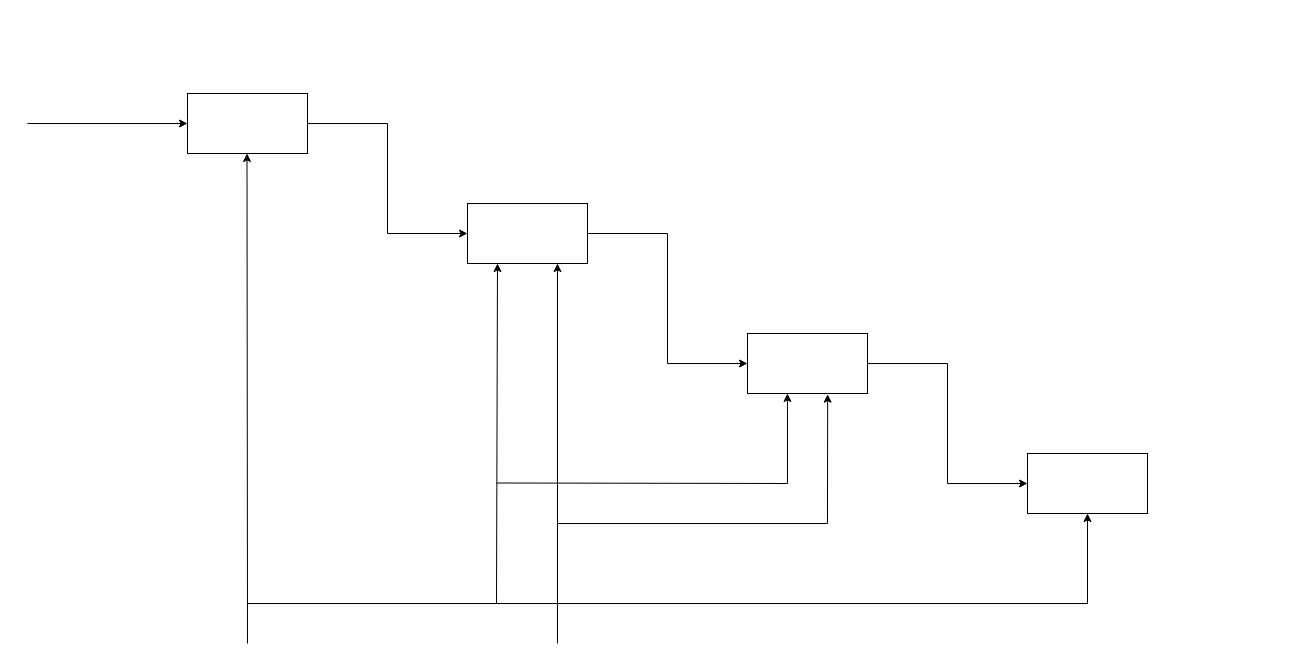
Before: Diagram3.drawio in dibovdmitry/Project, a draw.io diagram. Source tidied: cells renumbered, new cells numbered last; positions are measured from the earlier drawing's top-left corner, leaving out a move shared by most shapes. Both pictures are drawn from the tidied source at 100%, with x=0, y=0 at pixel (27, 93).
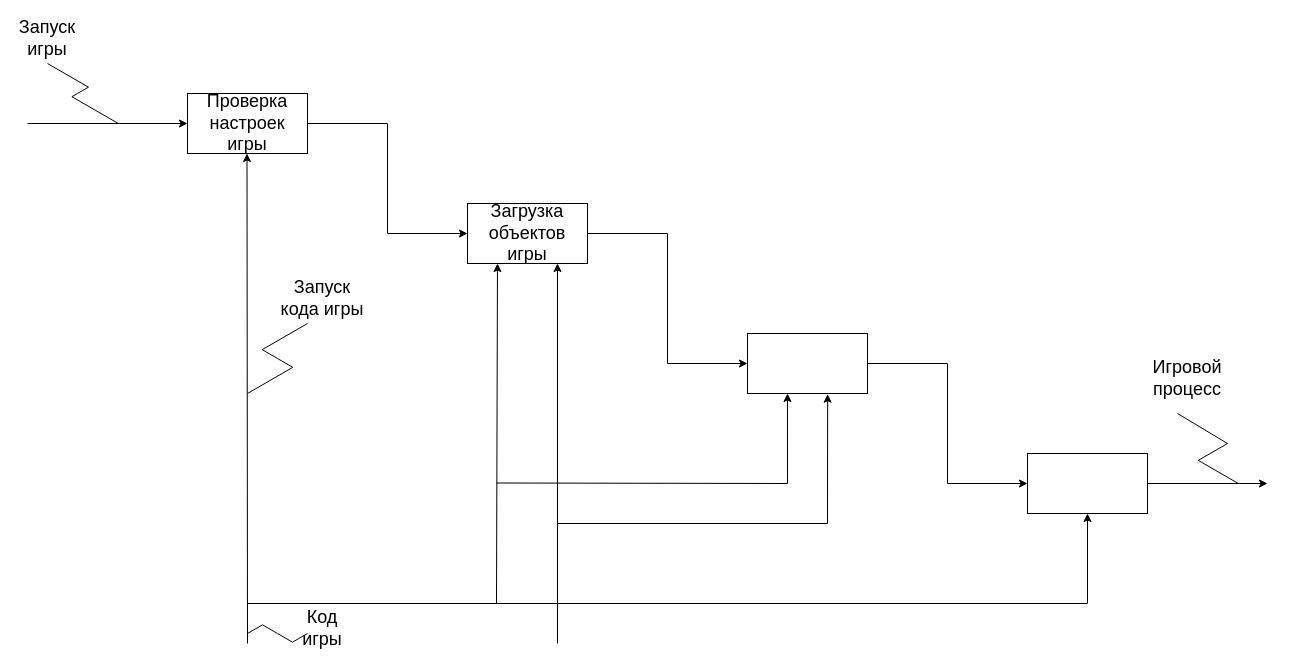
After the change.

The edit, as a diff of the source:
```diff
@@
-    <mxCell id="3" style="rounded=0;whiteSpace=wrap;html=1;" parent="1" vertex="1">
+    <mxCell id="3" value="Проверка настроек игры" style="rounded=0;whiteSpace=wrap;html=1;fontSize=18;" parent="1" vertex="1">
       <mxGeometry x="160" width="120" height="60" as="geometry" />
     </mxCell>
@@
-    <mxCell id="7" style="rounded=0;whiteSpace=wrap;html=1;" parent="1" vertex="1">
+    <mxCell id="7" value="Загрузка объектов игры" style="rounded=0;whiteSpace=wrap;html=1;fontSize=18;" parent="1" vertex="1">
       <mxGeometry x="440" y="110" width="120" height="60" as="geometry" />
     </mxCell>
@@
+    <mxCell id="25" style="edgeStyle=isometricEdgeStyle;endArrow=none;html=1;elbow=vertical;rounded=0;" parent="1" edge="1">
+      <mxGeometry relative="1" as="geometry">
+        <mxPoint x="90.8" y="30" as="sourcePoint" />
+        <mxPoint x="20" y="-30" as="targetPoint" />
+        <Array as="points">
+          <mxPoint x="50" />
+        </Array>
+      </mxGeometry>
+    </mxCell>
+    <mxCell id="26" value="Запуск игры" style="text;html=1;strokeColor=none;fillColor=none;align=center;verticalAlign=middle;whiteSpace=wrap;rounded=0;fontSize=18;" parent="1" vertex="1">
+      <mxGeometry x="-10" y="-70" width="60" height="30" as="geometry" />
+    </mxCell>
+    <mxCell id="27" style="endArrow=classic;html=1;rounded=0;fontSize=18;" parent="1" edge="1">
+      <mxGeometry relative="1" as="geometry">
+        <mxPoint x="1120" y="390" as="sourcePoint" />
+        <mxPoint x="1240" y="390" as="targetPoint" />
+      </mxGeometry>
+    </mxCell>
+    <mxCell id="28" style="edgeStyle=isometricEdgeStyle;endArrow=none;html=1;elbow=vertical;rounded=0;fontSize=18;" parent="1" edge="1">
+      <mxGeometry relative="1" as="geometry">
+        <mxPoint x="1210.8" y="390" as="sourcePoint" />
+        <mxPoint x="1150" y="320" as="targetPoint" />
+        <Array as="points">
+          <mxPoint x="1200" y="350" />
+        </Array>
+      </mxGeometry>
+    </mxCell>
+    <mxCell id="29" value="Игровой процесс" style="text;html=1;strokeColor=none;fillColor=none;align=center;verticalAlign=middle;whiteSpace=wrap;rounded=0;fontSize=18;" parent="1" vertex="1">
+      <mxGeometry x="1130" y="270" width="60" height="30" as="geometry" />
+    </mxCell>
+    <mxCell id="30" style="edgeStyle=isometricEdgeStyle;endArrow=none;html=1;rounded=0;fontSize=18;" parent="1" edge="1">
+      <mxGeometry relative="1" as="geometry">
+        <mxPoint x="220" y="300" as="sourcePoint" />
+        <mxPoint x="280" y="230" as="targetPoint" />
+      </mxGeometry>
+    </mxCell>
+    <mxCell id="31" value="Запуск кода игры" style="text;html=1;strokeColor=none;fillColor=none;align=center;verticalAlign=middle;whiteSpace=wrap;rounded=0;fontSize=18;" parent="1" vertex="1">
+      <mxGeometry x="250" y="190" width="90" height="30" as="geometry" />
+    </mxCell>
+    <mxCell id="32" style="edgeStyle=isometricEdgeStyle;endArrow=none;html=1;rounded=0;fontSize=18;" parent="1" edge="1">
+      <mxGeometry relative="1" as="geometry">
+        <mxPoint x="220" y="540" as="sourcePoint" />
+        <mxPoint x="280" y="540" as="targetPoint" />
+      </mxGeometry>
+    </mxCell>
+    <mxCell id="33" value="Код игры" style="text;html=1;strokeColor=none;fillColor=none;align=center;verticalAlign=middle;whiteSpace=wrap;rounded=0;fontSize=18;" parent="1" vertex="1">
+      <mxGeometry x="265" y="520" width="60" height="30" as="geometry" />
+    </mxCell>
```
